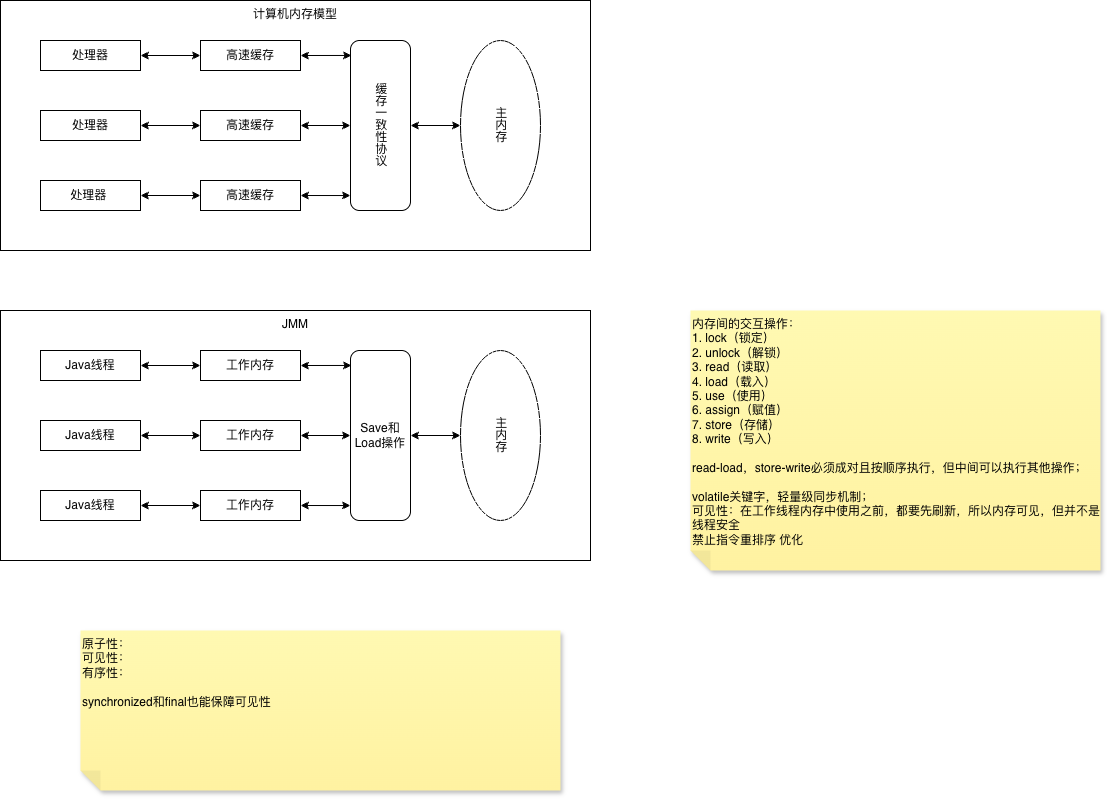
This is java内存模型.drawio.png from ggs2015/file, a draw.io export, as it was before one commit. Source tidied: cells renumbered, new cells last; positions are measured from the earlier drawing's top-left corner, leaving out a move shared by most shapes.
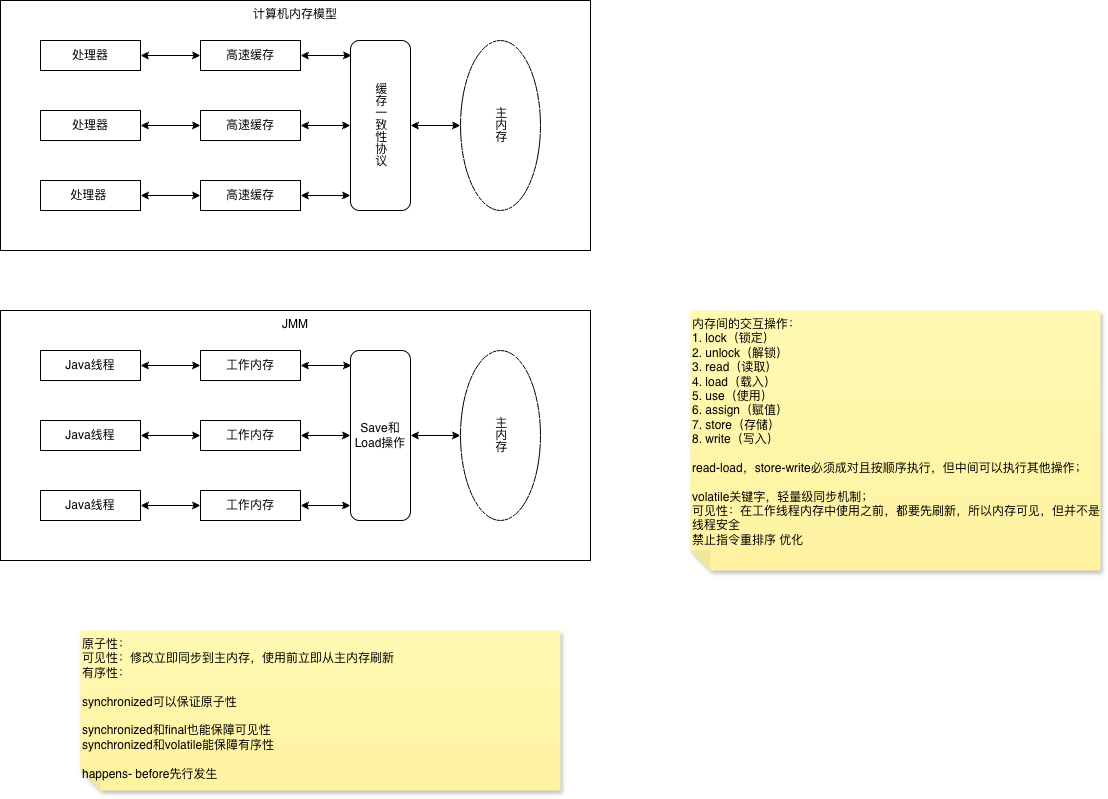
Later version of the same file.

Commit message:
更新java内存模型.drawio.png

Change to the diagram source:
```diff
@@ -101,7 +101,7 @@
     <mxCell id="34" value="内存间的交互操作：&lt;div&gt;1. lock（锁定&lt;span style=&quot;background-color: transparent; color: light-dark(rgb(0, 0, 0), rgb(237, 237, 237));&quot;&gt;）&lt;/span&gt;&lt;/div&gt;&lt;div&gt;&lt;span style=&quot;background-color: transparent; color: light-dark(rgb(0, 0, 0), rgb(237, 237, 237));&quot;&gt;2. unlock（解锁&lt;/span&gt;&lt;span style=&quot;background-color: transparent; color: light-dark(rgb(0, 0, 0), rgb(237, 237, 237));&quot;&gt;）&lt;/span&gt;&lt;/div&gt;&lt;div&gt;&lt;span style=&quot;background-color: transparent; color: light-dark(rgb(0, 0, 0), rgb(237, 237, 237));&quot;&gt;3. read（读取）&lt;/span&gt;&lt;/div&gt;&lt;div&gt;&lt;span style=&quot;background-color: transparent; color: light-dark(rgb(0, 0, 0), rgb(237, 237, 237));&quot;&gt;4. load（载入）&lt;/span&gt;&lt;/div&gt;&lt;div&gt;&lt;span style=&quot;background-color: transparent; color: light-dark(rgb(0, 0, 0), rgb(237, 237, 237));&quot;&gt;5. use（使用）&lt;/span&gt;&lt;/div&gt;&lt;div&gt;&lt;span style=&quot;background-color: transparent; color: light-dark(rgb(0, 0, 0), rgb(237, 237, 237));&quot;&gt;6. assign（赋值）&lt;/span&gt;&lt;/div&gt;&lt;div&gt;&lt;span style=&quot;background-color: transparent; color: light-dark(rgb(0, 0, 0), rgb(237, 237, 237));&quot;&gt;7. store（存储）&lt;/span&gt;&lt;/div&gt;&lt;div&gt;&lt;span style=&quot;background-color: transparent; color: light-dark(rgb(0, 0, 0), rgb(237, 237, 237));&quot;&gt;8. write（写入）&lt;/span&gt;&lt;/div&gt;&lt;div&gt;&lt;span style=&quot;background-color: transparent; color: light-dark(rgb(0, 0, 0), rgb(237, 237, 237));&quot;&gt;&lt;br&gt;&lt;/span&gt;&lt;/div&gt;&lt;div&gt;&lt;span style=&quot;background-color: transparent; color: light-dark(rgb(0, 0, 0), rgb(237, 237, 237));&quot;&gt;read-load，store-write必须成对且按顺序执行，但中间可以执行其他操作；&lt;/span&gt;&lt;/div&gt;&lt;div&gt;&lt;span style=&quot;background-color: transparent; color: light-dark(rgb(0, 0, 0), rgb(237, 237, 237));&quot;&gt;&lt;br&gt;&lt;/span&gt;&lt;/div&gt;&lt;div&gt;volatile关键字，轻量级同步机制；&lt;/div&gt;&lt;div&gt;可见性：在工作线程内存中使用之前，都要先刷新，所以内存可见，但并不是线程安全&lt;/div&gt;&lt;div&gt;禁止指令重排序 优化&lt;/div&gt;" style="shape=note;whiteSpace=wrap;html=1;backgroundOutline=1;fontColor=#000000;darkOpacity=0.05;fillColor=#FFF9B2;strokeColor=none;fillStyle=solid;direction=west;gradientDirection=north;gradientColor=#FFF2A1;shadow=1;size=20;verticalAlign=top;align=left;" parent="1" vertex="1">
       <mxGeometry x="690" y="310" width="410" height="260" as="geometry" />
     </mxCell>
-    <mxCell id="35" value="原子性：&lt;div&gt;可见性：&lt;/div&gt;&lt;div&gt;有序性：&lt;/div&gt;&lt;div&gt;&lt;br&gt;&lt;/div&gt;&lt;div&gt;synchronized和final也能保障可见性&lt;/div&gt;" style="shape=note;whiteSpace=wrap;html=1;backgroundOutline=1;fontColor=#000000;darkOpacity=0.05;fillColor=#FFF9B2;strokeColor=none;fillStyle=solid;direction=west;gradientDirection=north;gradientColor=#FFF2A1;shadow=1;size=20;align=left;verticalAlign=top;" parent="1" vertex="1">
+    <mxCell id="35" value="原子性：&lt;div&gt;可见性：&lt;span style=&quot;background-color: transparent; color: light-dark(rgb(0, 0, 0), rgb(237, 237, 237));&quot;&gt;修改立即同步到主内存，使用前立即从主内存刷新&lt;/span&gt;&lt;/div&gt;&lt;div&gt;有序性：&lt;/div&gt;&lt;div&gt;&lt;br&gt;&lt;/div&gt;&lt;div&gt;synchronized可以保证原子性&lt;/div&gt;&lt;div&gt;&lt;br&gt;&lt;/div&gt;&lt;div&gt;synchronized和final也能保障可见性&lt;/div&gt;&lt;div&gt;synchronized和&lt;span style=&quot;background-color: transparent; color: light-dark(rgb(0, 0, 0), rgb(237, 237, 237));&quot;&gt;volatile能保障有序性&lt;/span&gt;&lt;/div&gt;&lt;div&gt;&lt;span style=&quot;background-color: transparent; color: light-dark(rgb(0, 0, 0), rgb(237, 237, 237));&quot;&gt;&lt;br&gt;&lt;/span&gt;&lt;/div&gt;&lt;div&gt;&lt;span style=&quot;background-color: transparent; color: light-dark(rgb(0, 0, 0), rgb(237, 237, 237));&quot;&gt;happens- before先行发生&lt;/span&gt;&lt;/div&gt;" style="shape=note;whiteSpace=wrap;html=1;backgroundOutline=1;fontColor=#000000;darkOpacity=0.05;fillColor=#FFF9B2;strokeColor=none;fillStyle=solid;direction=west;gradientDirection=north;gradientColor=#FFF2A1;shadow=1;size=20;align=left;verticalAlign=top;" parent="1" vertex="1">
       <mxGeometry x="80" y="630" width="480" height="160" as="geometry" />
     </mxCell>
   </root>
```
